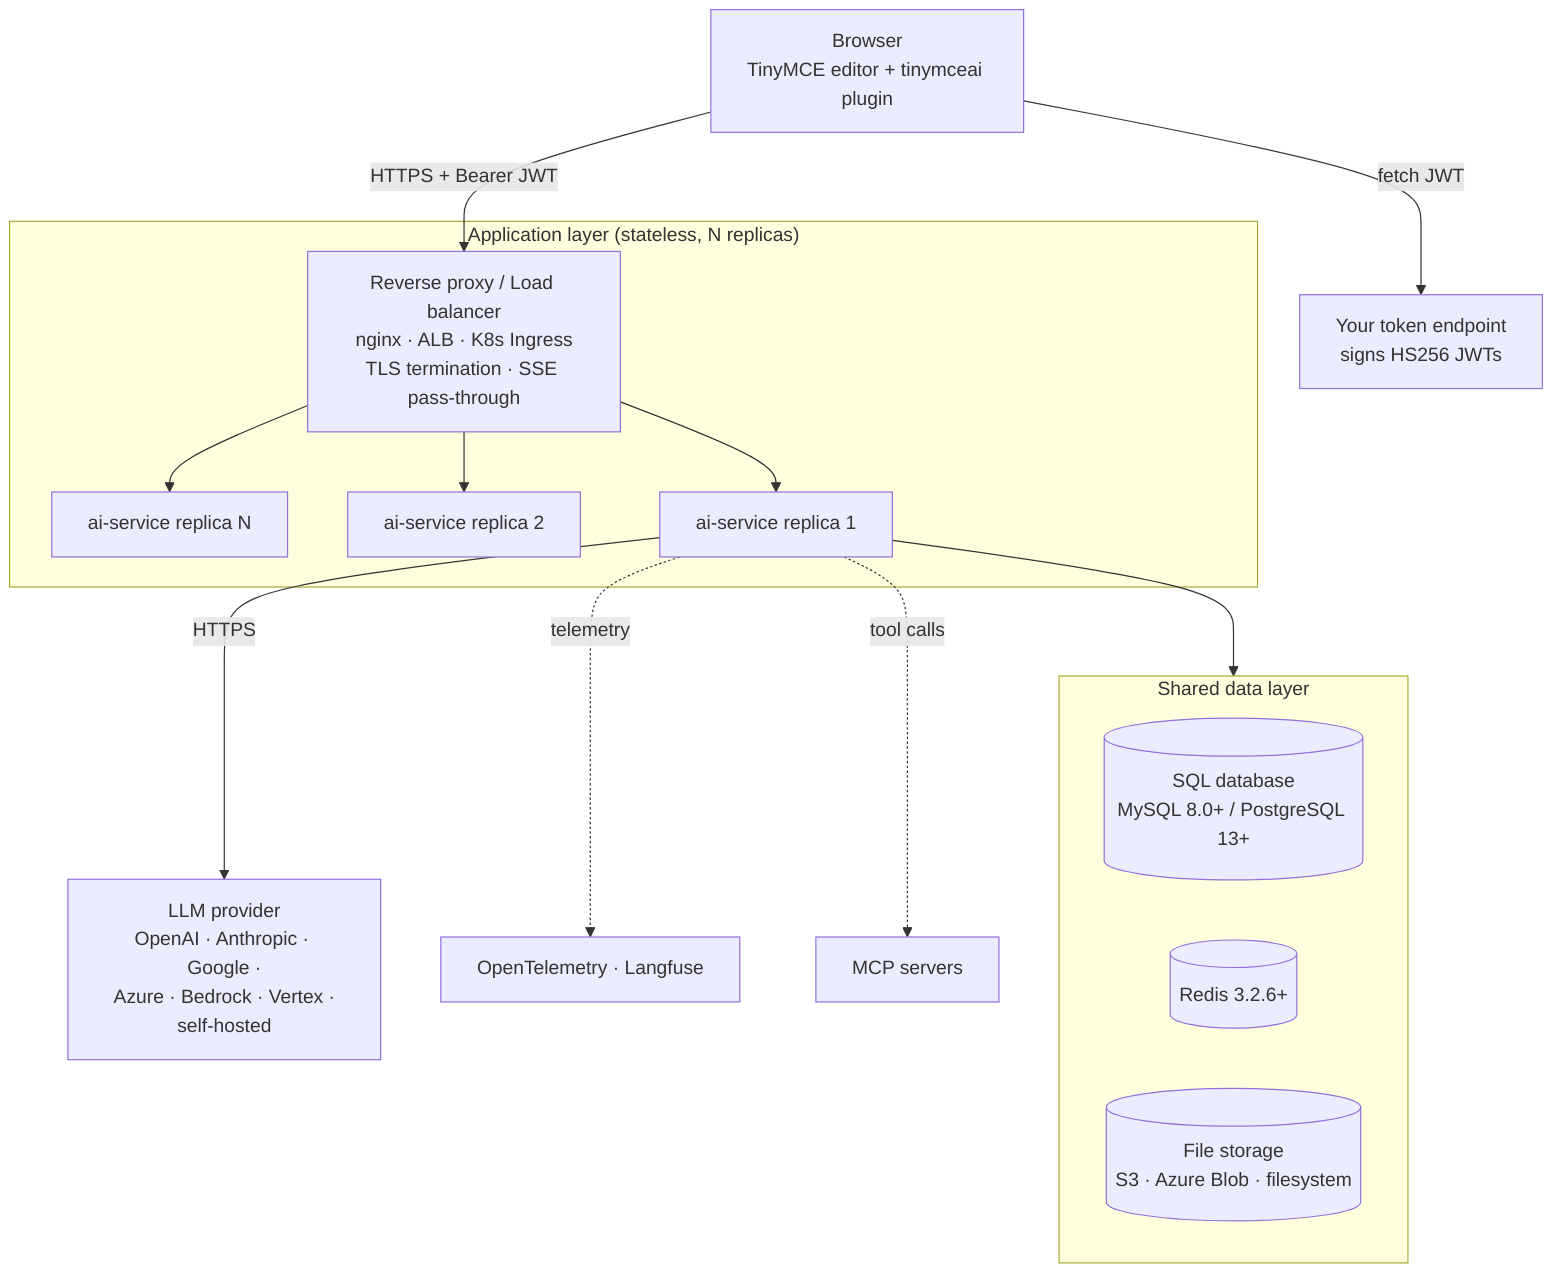
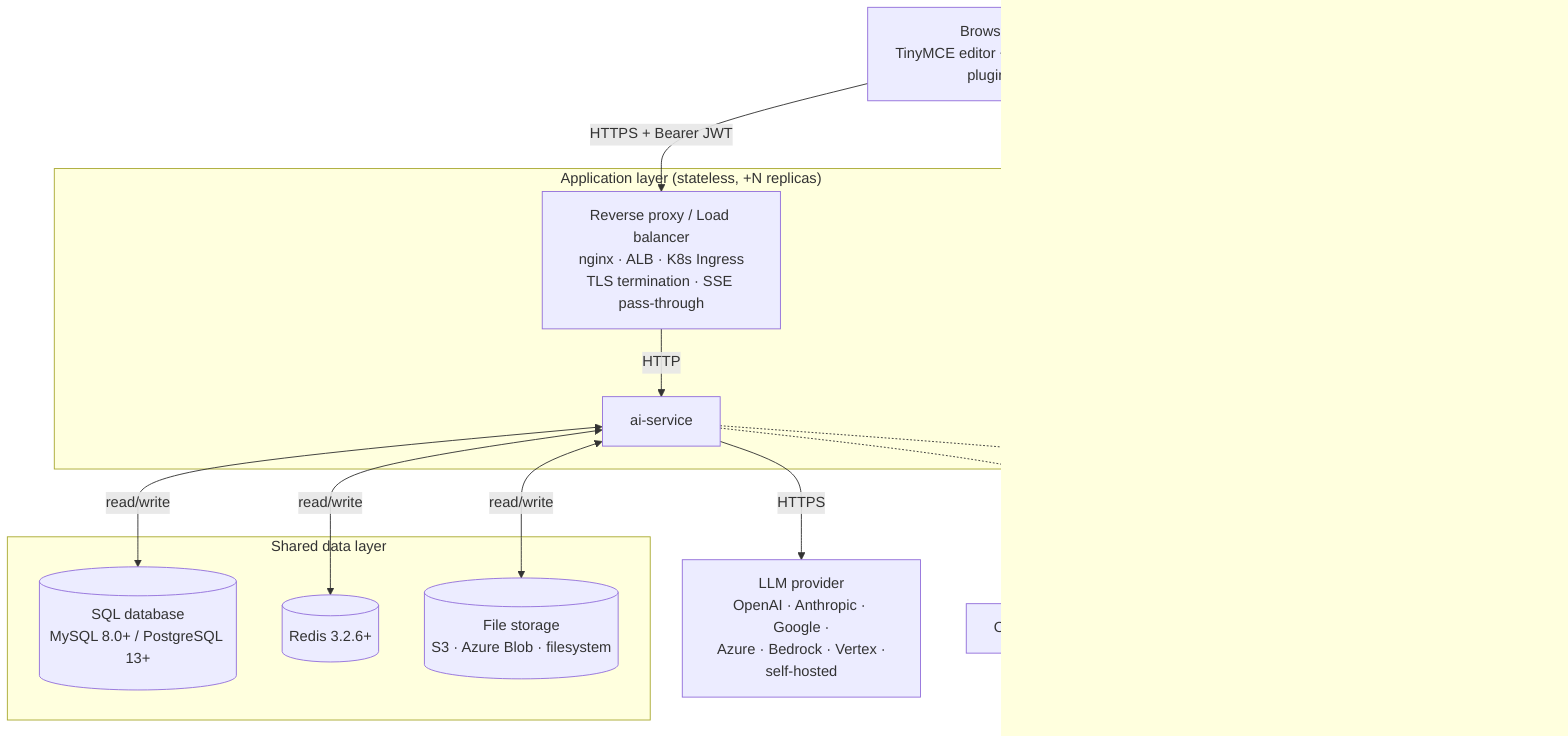
flowchart TB
    Browser["Browser<br>TinyMCE editor + tinymceai plugin"]
    TokenEP["Your token endpoint<br>signs HS256 JWTs"]
-     Browser -->|"fetch JWT"| TokenEP
+     Browser -->|"HTTPS"| TokenEP
    Browser -->|"HTTPS + Bearer JWT"| LB

-     subgraph App["Application layer (stateless, N replicas)"]
+     subgraph App["Application layer (stateless, +N replicas)"]
        LB["Reverse proxy / Load balancer<br>nginx · ALB · K8s Ingress<br>TLS termination · SSE pass-through"]
-         AIN["ai-service replica N"]
-         AI2["ai-service replica 2"]
-         AI1["ai-service replica 1"]
-         LB --> AIN
-         LB --> AI2
-         LB --> AI1
+         AI1["ai-service"]
+         LB -->|"HTTP"| AI1
    end

    subgraph Data["Shared data layer"]
        DB[("SQL database<br>MySQL 8.0+ / PostgreSQL 13+")]
        Cache[("Redis 3.2.6+")]
        Storage[("File storage<br>S3 · Azure Blob · filesystem")]
    end

-     AI1 --> Data
+     AI1 <-->|"read/write"| DB
+     AI1 <-->|"read/write"| Cache
+     AI1 <-->|"read/write"| Storage

    AI1 -->|"HTTPS"| LLM["LLM provider<br>OpenAI · Anthropic · Google ·<br>Azure · Bedrock · Vertex ·<br>self-hosted"]

    AI1 -.->|"telemetry"| Obs["OpenTelemetry · Langfuse"]
    AI1 -.->|"tool calls"| MCP["MCP servers"]
